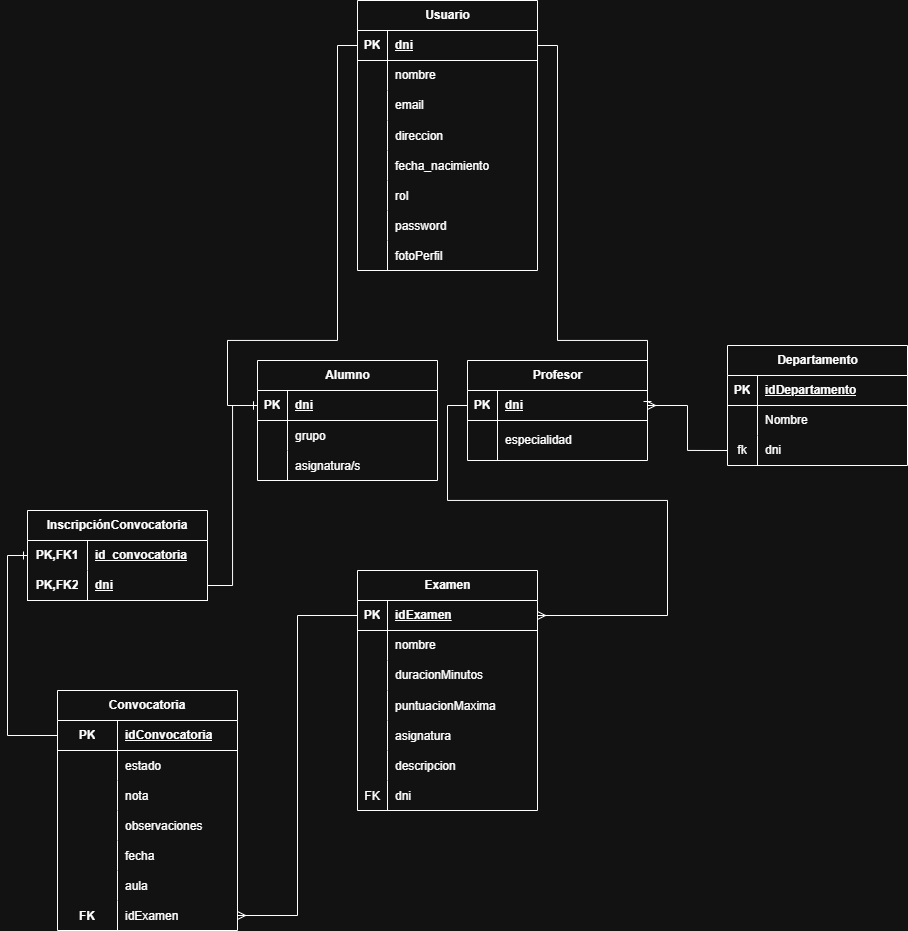
Before: Documentacion/Diagramas/ExamTrack - Diagrama.png, a diagram exported from draw.io (JTPLOP/ExamTrack). Source tidied: cells renumbered, new cells last; positions are measured from the earlier drawing's top-left corner, leaving out a move shared by most shapes.
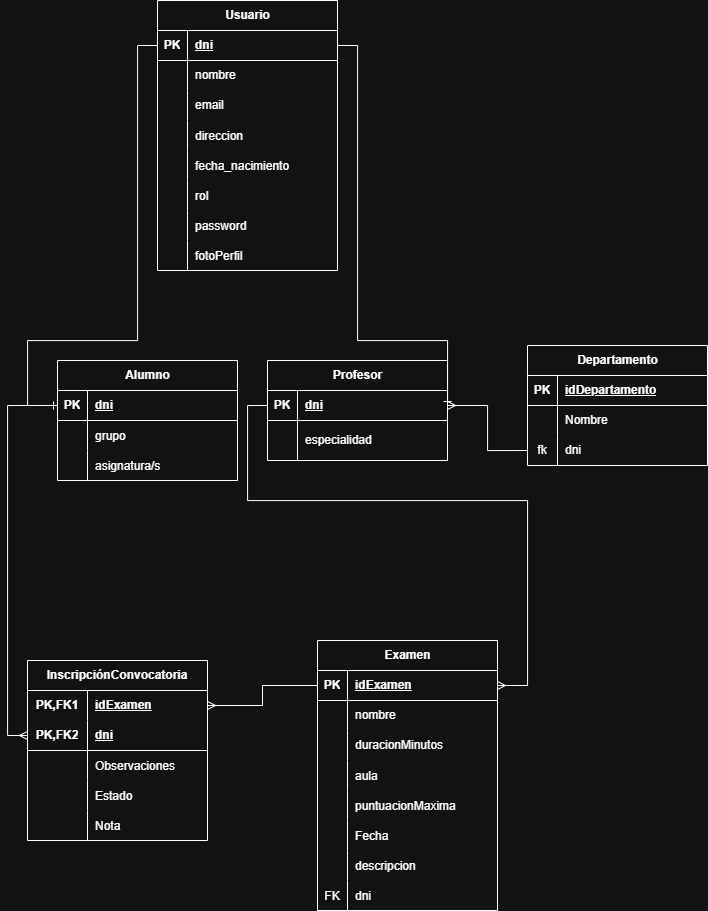
The same diagram one commit later.

What changed in the source:
```diff
@@ -3,7 +3,7 @@
     <mxCell id="0" />
     <mxCell id="1" parent="0" />
     <mxCell id="2" value="Examen" style="shape=table;startSize=30;rowLines=0;fontStyle=1;align=center;html=1;" parent="1" vertex="1">
-      <mxGeometry x="330" y="570" width="180" height="240" as="geometry" />
+      <mxGeometry x="490" y="640" width="180" height="270" as="geometry" />
     </mxCell>
     <mxCell id="3" style="shape=tableRow;horizontal=0;startSize=0;swimlaneHead=0;swimlaneBody=0;fillColor=none;points=[[0,0.5],[1,0.5]];portConstraint=eastwest;top=0;left=0;right=0;bottom=1;" parent="2" vertex="1">
       <mxGeometry y="30" width="180" height="30" as="geometry" />
@@ -32,8 +32,17 @@
     <mxCell id="11" value="duracionMinutos" style="shape=partialRectangle;fillColor=none;top=0;left=0;bottom=0;right=0;align=left;spacingLeft=6;overflow=hidden;whiteSpace=wrap;html=1;" parent="9" vertex="1">
       <mxGeometry x="30" width="150" height="30" as="geometry" />
     </mxCell>
+    <mxCell id="112" style="shape=tableRow;horizontal=0;startSize=0;swimlaneHead=0;swimlaneBody=0;fillColor=none;top=0;left=0;right=0;bottom=0;" parent="2" vertex="1">
+      <mxGeometry y="120" width="180" height="30" as="geometry" />
+    </mxCell>
+    <mxCell id="113" style="shape=partialRectangle;fillColor=none;top=0;left=0;bottom=0;right=0;overflow=hidden;" parent="112" vertex="1">
+      <mxGeometry width="30" height="30" as="geometry" />
+    </mxCell>
+    <mxCell id="86" value="aula" style="shape=partialRectangle;fillColor=none;top=0;left=0;bottom=0;right=0;align=left;spacingLeft=6;overflow=hidden;" parent="112" vertex="1">
+      <mxGeometry x="30" width="150" height="30" as="geometry" />
+    </mxCell>
     <mxCell id="12" style="shape=tableRow;horizontal=0;startSize=0;swimlaneHead=0;swimlaneBody=0;fillColor=none;top=0;left=0;right=0;bottom=0;" parent="2" vertex="1">
-      <mxGeometry y="120" width="180" height="30" as="geometry" />
+      <mxGeometry y="150" width="180" height="30" as="geometry" />
     </mxCell>
     <mxCell id="13" style="shape=partialRectangle;fillColor=none;top=0;left=0;bottom=0;right=0;overflow=hidden;" parent="12" vertex="1">
       <mxGeometry width="30" height="30" as="geometry" />
@@ -42,16 +51,16 @@
       <mxGeometry x="30" width="150" height="30" as="geometry" />
     </mxCell>
     <mxCell id="15" style="shape=tableRow;horizontal=0;startSize=0;swimlaneHead=0;swimlaneBody=0;fillColor=none;top=0;left=0;right=0;bottom=0;" parent="2" vertex="1">
-      <mxGeometry y="150" width="180" height="30" as="geometry" />
+      <mxGeometry y="180" width="180" height="30" as="geometry" />
     </mxCell>
     <mxCell id="16" style="shape=partialRectangle;fillColor=none;top=0;left=0;bottom=0;right=0;overflow=hidden;" parent="15" vertex="1">
       <mxGeometry width="30" height="30" as="geometry" />
     </mxCell>
-    <mxCell id="17" value="asignatura" style="shape=partialRectangle;fillColor=none;top=0;left=0;bottom=0;right=0;align=left;spacingLeft=6;overflow=hidden;" parent="15" vertex="1">
+    <mxCell id="17" value="Fecha" style="shape=partialRectangle;fillColor=none;top=0;left=0;bottom=0;right=0;align=left;spacingLeft=6;overflow=hidden;" parent="15" vertex="1">
       <mxGeometry x="30" width="150" height="30" as="geometry" />
     </mxCell>
     <mxCell id="18" style="shape=tableRow;horizontal=0;startSize=0;swimlaneHead=0;swimlaneBody=0;fillColor=none;top=0;left=0;right=0;bottom=0;" parent="2" vertex="1">
-      <mxGeometry y="180" width="180" height="30" as="geometry" />
+      <mxGeometry y="210" width="180" height="30" as="geometry" />
     </mxCell>
     <mxCell id="19" style="shape=partialRectangle;fillColor=none;top=0;left=0;bottom=0;right=0;overflow=hidden;" parent="18" vertex="1">
       <mxGeometry width="30" height="30" as="geometry" />
@@ -60,7 +69,7 @@
       <mxGeometry x="30" width="150" height="30" as="geometry" />
     </mxCell>
     <mxCell id="21" style="shape=tableRow;horizontal=0;startSize=0;swimlaneHead=0;swimlaneBody=0;fillColor=none;top=0;left=0;right=0;bottom=0;" parent="2" vertex="1">
-      <mxGeometry y="210" width="180" height="30" as="geometry" />
+      <mxGeometry y="240" width="180" height="30" as="geometry" />
     </mxCell>
     <mxCell id="22" value="FK" style="shape=partialRectangle;fillColor=none;top=0;left=0;bottom=0;right=0;overflow=hidden;" parent="21" vertex="1">
       <mxGeometry width="30" height="30" as="geometry" />
@@ -214,87 +223,18 @@
         </Array>
       </mxGeometry>
     </mxCell>
-    <mxCell id="68" value="Convocatoria" style="shape=table;startSize=30;rowLines=0;fontStyle=1;align=center;html=1;whiteSpace=wrap;" parent="1" vertex="1">
-      <mxGeometry x="30" y="690" width="180" height="240" as="geometry" />
-    </mxCell>
-    <mxCell id="69" style="shape=tableRow;horizontal=0;startSize=0;swimlaneHead=0;swimlaneBody=0;fillColor=none;points=[[0,0.5],[1,0.5]];portConstraint=eastwest;top=0;left=0;right=0;bottom=1;" parent="68" vertex="1">
-      <mxGeometry y="30" width="180" height="30" as="geometry" />
-    </mxCell>
-    <mxCell id="70" value="PK" style="shape=partialRectangle;fillColor=none;top=0;left=0;bottom=0;right=0;fontStyle=1;overflow=hidden;whiteSpace=wrap;html=1;" parent="69" vertex="1">
-      <mxGeometry width="60" height="30" as="geometry" />
-    </mxCell>
-    <mxCell id="71" value="idConvocatoria" style="shape=partialRectangle;fillColor=none;top=0;left=0;bottom=0;right=0;align=left;spacingLeft=6;fontStyle=5;overflow=hidden;whiteSpace=wrap;html=1;" parent="69" vertex="1">
-      <mxGeometry x="60" width="120" height="30" as="geometry" />
-    </mxCell>
-    <mxCell id="72" style="shape=tableRow;horizontal=0;startSize=0;swimlaneHead=0;swimlaneBody=0;fillColor=none;top=0;left=0;right=0;bottom=0;" parent="68" vertex="1">
-      <mxGeometry y="60" width="180" height="30" as="geometry" />
-    </mxCell>
-    <mxCell id="73" style="shape=partialRectangle;fillColor=none;top=0;left=0;bottom=0;right=0;overflow=hidden;" parent="72" vertex="1">
-      <mxGeometry width="60" height="30" as="geometry" />
-    </mxCell>
-    <mxCell id="74" value="estado" style="shape=partialRectangle;fillColor=none;top=0;left=0;bottom=0;right=0;align=left;spacingLeft=6;overflow=hidden;" parent="72" vertex="1">
-      <mxGeometry x="60" width="120" height="30" as="geometry" />
-    </mxCell>
-    <mxCell id="75" style="shape=tableRow;horizontal=0;startSize=0;swimlaneHead=0;swimlaneBody=0;fillColor=none;top=0;left=0;right=0;bottom=0;" parent="68" vertex="1">
-      <mxGeometry y="90" width="180" height="30" as="geometry" />
-    </mxCell>
-    <mxCell id="76" style="shape=partialRectangle;fillColor=none;top=0;left=0;bottom=0;right=0;overflow=hidden;" parent="75" vertex="1">
-      <mxGeometry width="60" height="30" as="geometry" />
-    </mxCell>
-    <mxCell id="77" value="nota" style="shape=partialRectangle;fillColor=none;top=0;left=0;bottom=0;right=0;align=left;spacingLeft=6;overflow=hidden;" parent="75" vertex="1">
-      <mxGeometry x="60" width="120" height="30" as="geometry" />
-    </mxCell>
-    <mxCell id="78" style="shape=tableRow;horizontal=0;startSize=0;swimlaneHead=0;swimlaneBody=0;fillColor=none;top=0;left=0;right=0;bottom=0;" parent="68" vertex="1">
-      <mxGeometry y="120" width="180" height="30" as="geometry" />
-    </mxCell>
-    <mxCell id="79" style="shape=partialRectangle;fillColor=none;top=0;left=0;bottom=0;right=0;overflow=hidden;" parent="78" vertex="1">
-      <mxGeometry width="60" height="30" as="geometry" />
-    </mxCell>
-    <mxCell id="80" value="observaciones" style="shape=partialRectangle;fillColor=none;top=0;left=0;bottom=0;right=0;align=left;spacingLeft=6;overflow=hidden;" parent="78" vertex="1">
-      <mxGeometry x="60" width="120" height="30" as="geometry" />
-    </mxCell>
-    <mxCell id="81" style="shape=tableRow;horizontal=0;startSize=0;swimlaneHead=0;swimlaneBody=0;fillColor=none;top=0;left=0;right=0;bottom=0;" parent="68" vertex="1">
-      <mxGeometry y="150" width="180" height="30" as="geometry" />
-    </mxCell>
-    <mxCell id="82" style="shape=partialRectangle;fillColor=none;top=0;left=0;bottom=0;right=0;overflow=hidden;" parent="81" vertex="1">
-      <mxGeometry width="60" height="30" as="geometry" />
-    </mxCell>
-    <mxCell id="83" value="fecha" style="shape=partialRectangle;fillColor=none;top=0;left=0;bottom=0;right=0;align=left;spacingLeft=6;overflow=hidden;" parent="81" vertex="1">
-      <mxGeometry x="60" width="120" height="30" as="geometry" />
-    </mxCell>
-    <mxCell id="84" style="shape=tableRow;horizontal=0;startSize=0;swimlaneHead=0;swimlaneBody=0;fillColor=none;top=0;left=0;right=0;bottom=0;" parent="68" vertex="1">
-      <mxGeometry y="180" width="180" height="30" as="geometry" />
-    </mxCell>
-    <mxCell id="85" style="shape=partialRectangle;fillColor=none;top=0;left=0;bottom=0;right=0;overflow=hidden;" parent="84" vertex="1">
-      <mxGeometry width="60" height="30" as="geometry" />
-    </mxCell>
-    <mxCell id="86" value="aula" style="shape=partialRectangle;fillColor=none;top=0;left=0;bottom=0;right=0;align=left;spacingLeft=6;overflow=hidden;" parent="84" vertex="1">
-      <mxGeometry x="60" width="120" height="30" as="geometry" />
-    </mxCell>
-    <mxCell id="87" style="shape=tableRow;horizontal=0;startSize=0;swimlaneHead=0;swimlaneBody=0;fillColor=none;points=[[0,0.5],[1,0.5]];portConstraint=eastwest;top=0;left=0;right=0;bottom=0;" parent="68" vertex="1">
-      <mxGeometry y="210" width="180" height="30" as="geometry" />
-    </mxCell>
-    <mxCell id="88" value="FK" style="shape=partialRectangle;fillColor=none;top=0;left=0;bottom=0;right=0;overflow=hidden;fontStyle=1;" parent="87" vertex="1">
-      <mxGeometry width="60" height="30" as="geometry" />
-    </mxCell>
-    <mxCell id="89" value="idExamen" style="shape=partialRectangle;fillColor=none;top=0;left=0;bottom=0;right=0;align=left;spacingLeft=6;overflow=hidden;" parent="87" vertex="1">
-      <mxGeometry x="60" width="120" height="30" as="geometry" />
-    </mxCell>
-    <mxCell id="90" style="edgeStyle=orthogonalEdgeStyle;rounded=0;jettySize=auto;html=1;exitX=0;exitY=0.5;exitDx=0;exitDy=0;endArrow=ERmany;endFill=0;entryX=1;entryY=0.5;entryDx=0;entryDy=0;" parent="1" edge="1" source="3" target="87">
-      <mxGeometry relative="1" as="geometry" />
-    </mxCell>
     <mxCell id="91" style="edgeStyle=orthogonalEdgeStyle;rounded=0;jettySize=auto;html=1;entryX=1;entryY=0.5;entryDx=0;entryDy=0;endArrow=ERmany;endFill=0;exitX=0;exitY=0.5;exitDx=0;exitDy=0;" parent="1" edge="1" source="35" target="3">
       <mxGeometry relative="1" as="geometry">
         <Array as="points">
           <mxPoint x="420" y="405" />
           <mxPoint x="420" y="500" />
-          <mxPoint x="640" y="500" />
-          <mxPoint x="640" y="615" />
+          <mxPoint x="700" y="500" />
+          <mxPoint x="700" y="685" />
         </Array>
       </mxGeometry>
     </mxCell>
     <mxCell id="92" value="InscripciónConvocatoria" style="shape=table;startSize=30;rowLines=0;fontStyle=1;align=center;html=1;whiteSpace=wrap;" parent="1" vertex="1">
-      <mxGeometry y="510" width="180" height="90" as="geometry" />
+      <mxGeometry x="200" y="660" width="180" height="180" as="geometry" />
     </mxCell>
     <mxCell id="93" style="shape=tableRow;horizontal=0;startSize=0;swimlaneHead=0;swimlaneBody=0;fillColor=none;points=[[0,0.5],[1,0.5]];portConstraint=eastwest;top=0;left=0;right=0;bottom=0;html=1;" parent="92" vertex="1">
       <mxGeometry y="30" width="180" height="30" as="geometry" />
@@ -302,7 +242,7 @@
     <mxCell id="94" value="PK,FK1" style="shape=partialRectangle;fillColor=none;top=0;left=0;bottom=0;right=0;fontStyle=1;overflow=hidden;html=1;whiteSpace=wrap;" parent="93" vertex="1">
       <mxGeometry width="60" height="30" as="geometry" />
     </mxCell>
-    <mxCell id="95" value="id_convocatoria" style="shape=partialRectangle;fillColor=none;top=0;left=0;bottom=0;right=0;align=left;spacingLeft=6;fontStyle=5;overflow=hidden;html=1;whiteSpace=wrap;" parent="93" vertex="1">
+    <mxCell id="95" value="idExamen" style="shape=partialRectangle;fillColor=none;top=0;left=0;bottom=0;right=0;align=left;spacingLeft=6;fontStyle=5;overflow=hidden;html=1;whiteSpace=wrap;" parent="93" vertex="1">
       <mxGeometry x="60" width="120" height="30" as="geometry" />
     </mxCell>
     <mxCell id="96" style="shape=tableRow;horizontal=0;startSize=0;swimlaneHead=0;swimlaneBody=0;fillColor=none;points=[[0,0.5],[1,0.5]];portConstraint=eastwest;top=0;left=0;right=0;bottom=1;html=1;" parent="92" vertex="1">
@@ -314,12 +254,33 @@
     <mxCell id="98" value="dni" style="shape=partialRectangle;fillColor=none;top=0;left=0;bottom=0;right=0;align=left;spacingLeft=6;fontStyle=5;overflow=hidden;html=1;whiteSpace=wrap;" parent="96" vertex="1">
       <mxGeometry x="60" width="120" height="30" as="geometry" />
     </mxCell>
-    <mxCell id="99" style="edgeStyle=orthogonalEdgeStyle;rounded=0;jettySize=auto;html=1;exitX=0;exitY=0.5;exitDx=0;exitDy=0;entryX=0;entryY=0.5;entryDx=0;entryDy=0;endArrow=ERone;endFill=0;" parent="1" edge="1" source="69" target="93">
-      <mxGeometry relative="1" as="geometry" />
-    </mxCell>
-    <mxCell id="100" style="edgeStyle=orthogonalEdgeStyle;rounded=0;jettySize=auto;html=1;exitX=1;exitY=0.5;exitDx=0;exitDy=0;entryX=0;entryY=0.5;entryDx=0;entryDy=0;endArrow=ERone;endFill=0;" parent="1" edge="1" source="96" target="25">
-      <mxGeometry relative="1" as="geometry" />
-    </mxCell>
+    <mxCell id="75" style="shape=tableRow;horizontal=0;startSize=0;swimlaneHead=0;swimlaneBody=0;fillColor=none;top=0;left=0;right=0;bottom=0;" parent="92" vertex="1">
+      <mxGeometry y="90" width="180" height="30" as="geometry" />
+    </mxCell>
+    <mxCell id="114" style="shape=partialRectangle;fillColor=none;top=0;left=0;bottom=0;right=0;overflow=hidden;" parent="75" vertex="1">
+      <mxGeometry width="60" height="30" as="geometry" />
+    </mxCell>
+    <mxCell id="115" value="Observaciones" style="shape=partialRectangle;fillColor=none;top=0;left=0;bottom=0;right=0;align=left;spacingLeft=6;overflow=hidden;" parent="75" vertex="1">
+      <mxGeometry x="60" width="120" height="30" as="geometry" />
+    </mxCell>
+    <mxCell id="116" style="shape=tableRow;horizontal=0;startSize=0;swimlaneHead=0;swimlaneBody=0;fillColor=none;top=0;left=0;right=0;bottom=0;" parent="92" vertex="1">
+      <mxGeometry y="120" width="180" height="30" as="geometry" />
+    </mxCell>
+    <mxCell id="117" style="shape=partialRectangle;fillColor=none;top=0;left=0;bottom=0;right=0;overflow=hidden;" parent="116" vertex="1">
+      <mxGeometry width="60" height="30" as="geometry" />
+    </mxCell>
+    <mxCell id="118" value="Estado" style="shape=partialRectangle;fillColor=none;top=0;left=0;bottom=0;right=0;align=left;spacingLeft=6;overflow=hidden;" parent="116" vertex="1">
+      <mxGeometry x="60" width="120" height="30" as="geometry" />
+    </mxCell>
+    <mxCell id="81" style="shape=tableRow;horizontal=0;startSize=0;swimlaneHead=0;swimlaneBody=0;fillColor=none;top=0;left=0;right=0;bottom=0;" parent="92" vertex="1">
+      <mxGeometry y="150" width="180" height="30" as="geometry" />
+    </mxCell>
+    <mxCell id="119" style="shape=partialRectangle;fillColor=none;top=0;left=0;bottom=0;right=0;overflow=hidden;" parent="81" vertex="1">
+      <mxGeometry width="60" height="30" as="geometry" />
+    </mxCell>
+    <mxCell id="120" value="Nota" style="shape=partialRectangle;fillColor=none;top=0;left=0;bottom=0;right=0;align=left;spacingLeft=6;overflow=hidden;" parent="81" vertex="1">
+      <mxGeometry x="60" width="120" height="30" as="geometry" />
+    </mxCell>
     <mxCell id="101" value="Departamento" style="shape=table;startSize=30;rowLines=0;fontStyle=1;align=center;html=1;" parent="1" vertex="1">
       <mxGeometry x="700" y="345" width="180" height="120" as="geometry" />
     </mxCell>
@@ -353,5 +314,11 @@
     <mxCell id="111" style="edgeStyle=orthogonalEdgeStyle;rounded=0;jettySize=auto;html=1;exitX=1;exitY=0.5;exitDx=0;exitDy=0;entryX=0;entryY=0.5;entryDx=0;entryDy=0;endArrow=none;endFill=0;startArrow=ERmany;startFill=0;" parent="1" edge="1" source="35" target="108">
       <mxGeometry relative="1" as="geometry" />
     </mxCell>
+    <mxCell id="121" style="edgeStyle=orthogonalEdgeStyle;rounded=0;jettySize=auto;html=1;exitX=0;exitY=0.5;exitDx=0;exitDy=0;entryX=0;entryY=0.5;entryDx=0;entryDy=0;endArrow=ERmany;endFill=0;" parent="1" edge="1" source="25" target="96">
+      <mxGeometry relative="1" as="geometry" />
+    </mxCell>
+    <mxCell id="122" style="edgeStyle=orthogonalEdgeStyle;rounded=0;jettySize=auto;html=1;exitX=0;exitY=0.5;exitDx=0;exitDy=0;entryX=1;entryY=0.5;entryDx=0;entryDy=0;endArrow=ERmany;endFill=0;" parent="1" edge="1" source="3" target="93">
+      <mxGeometry relative="1" as="geometry" />
+    </mxCell>
   </root>
 </mxGraphModel>
```
